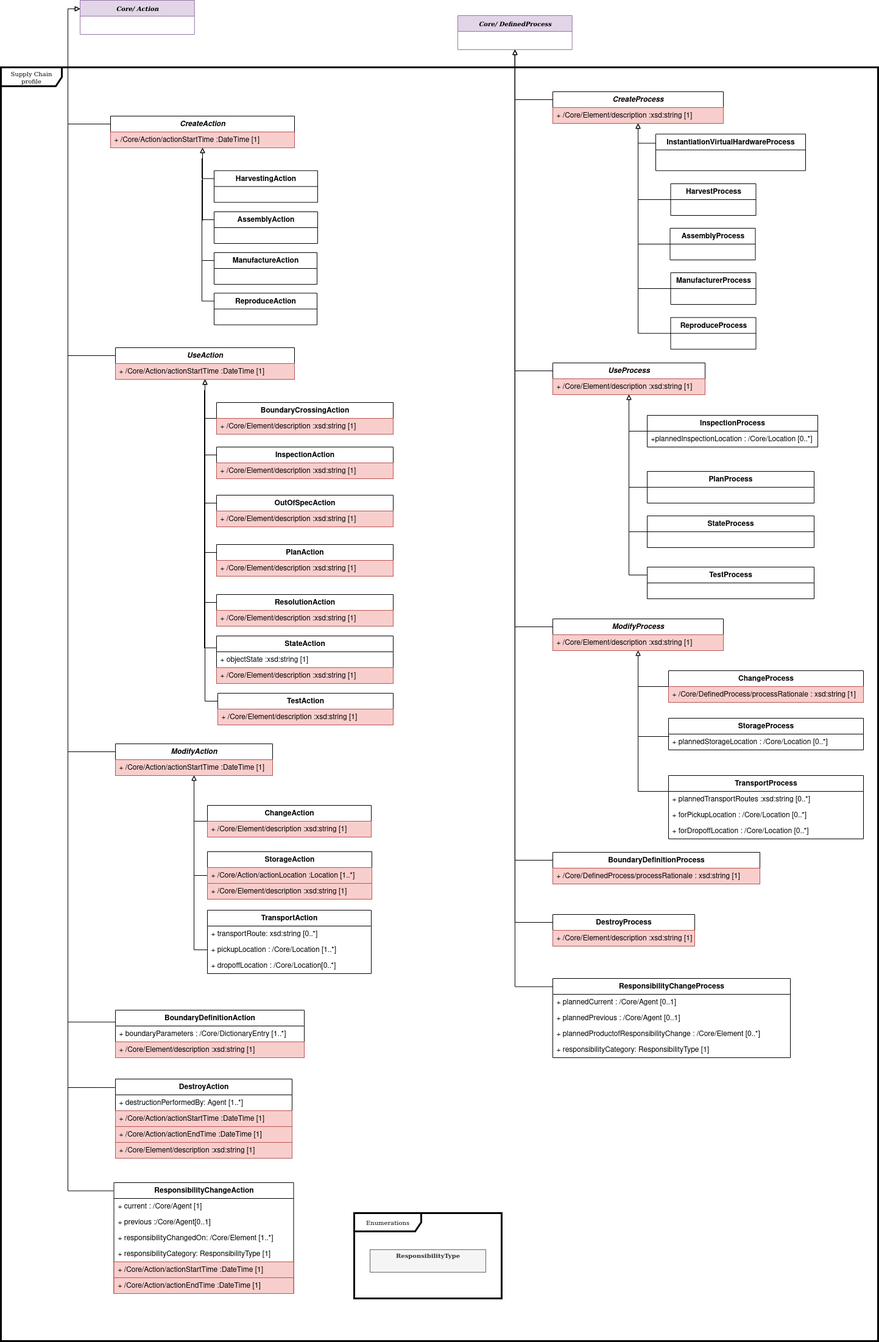
Above: images/model-SupplyChain.png in stevenc-stb/spdx-3-model (draw.io), before the change. Source tidied: cells renumbered, new cells last; positions are measured from the earlier drawing's top-left corner, leaving out a move shared by most shapes.
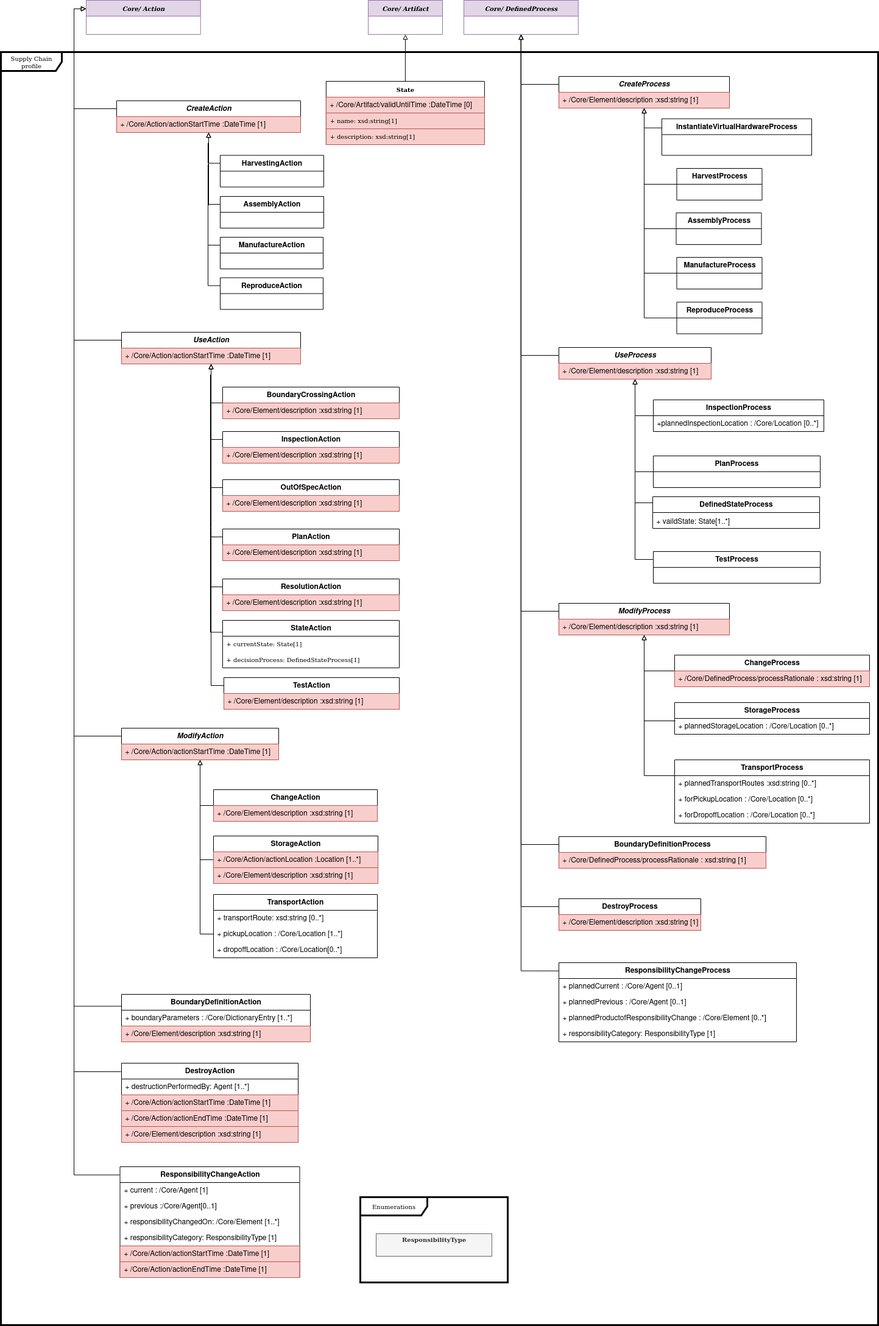
After the change.

What changed in the source:
```diff
@@ -3,10 +3,10 @@
     <mxCell id="0" />
     <mxCell id="1" parent="0" />
     <mxCell id="2" value="Supply Chain profile" style="shape=umlFrame;whiteSpace=wrap;html=1;width=100;height=31;strokeWidth=3;fontFamily=Verdana;fontSize=10;" parent="1" vertex="1">
-      <mxGeometry y="110" width="1440" height="2090" as="geometry" />
+      <mxGeometry x="-10" y="110" width="1440" height="2090" as="geometry" />
     </mxCell>
     <mxCell id="3" value="Core/ Action " style="swimlane;fontStyle=3;horizontal=1;startSize=26;fillColor=#e1d5e7;strokeColor=#9673a6;fontFamily=Verdana;fontSize=10;" parent="1" vertex="1">
-      <mxGeometry x="130" width="187.8" height="56" as="geometry" />
+      <mxGeometry x="130" y="25" width="187.8" height="56" as="geometry" />
     </mxCell>
     <mxCell id="4" style="edgeStyle=orthogonalEdgeStyle;rounded=0;jettySize=auto;html=1;entryX=0;entryY=0.25;entryDx=0;entryDy=0;exitX=0;exitY=0.25;exitDx=0;exitDy=0;endArrow=block;endFill=0;" parent="1" edge="1" source="5" target="3">
       <mxGeometry relative="1" as="geometry" />
@@ -95,12 +95,12 @@
     <mxCell id="32" value="&lt;b&gt;StateAction&lt;/b&gt;" style="swimlane;fontStyle=0;horizontal=1;startSize=26;fillColor=none;whiteSpace=wrap;html=1;" parent="1" vertex="1">
       <mxGeometry x="354" y="1043" width="290" height="78" as="geometry" />
     </mxCell>
-    <mxCell id="33" value="+ objectState :xsd:string [1]" style="text;strokeColor=none;fillColor=none;align=left;verticalAlign=top;spacingLeft=4;spacingRight=4;overflow=hidden;whiteSpace=wrap;html=1;" parent="32" vertex="1">
-      <mxGeometry y="26" width="290" height="26" as="geometry" />
-    </mxCell>
-    <mxCell id="34" value="+ &lt;span class=&quot;blob-code-inner blob-code-marker&quot;&gt;/Core/Element/description :xsd:string [1]&lt;/span&gt;" style="text;strokeColor=#b85450;fillColor=#f8cecc;align=left;verticalAlign=top;spacingLeft=4;spacingRight=4;overflow=hidden;whiteSpace=wrap;html=1;" parent="32" vertex="1">
-      <mxGeometry y="52" width="290" height="26" as="geometry" />
-    </mxCell>
+    <mxCell id="127" value="+ currentState: State[1]" style="text;strokeColor=none;fillColor=none;align=left;verticalAlign=top;spacingLeft=4;spacingRight=4;overflow=hidden;fontColor=#000000;fontFamily=Verdana;fontSize=10;" parent="32" vertex="1">
+      <mxGeometry y="26" width="290" height="26" as="geometry" />
+    </mxCell>
+    <mxCell id="128" value="+ decisionProcess: DefinedStateProcess[1]" style="text;strokeColor=none;fillColor=none;align=left;verticalAlign=top;spacingLeft=4;spacingRight=4;overflow=hidden;fontColor=#000000;fontFamily=Verdana;fontSize=10;fontStyle=0;" parent="32" vertex="1">
+      <mxGeometry y="52" width="290" height="26" as="geometry" />
+    </mxCell>
     <mxCell id="35" style="edgeStyle=orthogonalEdgeStyle;rounded=0;jettySize=auto;html=1;exitX=0;exitY=0.25;exitDx=0;exitDy=0;endArrow=block;endFill=0;" parent="1" edge="1" source="36" target="15">
       <mxGeometry relative="1" as="geometry" />
     </mxCell>
@@ -221,7 +221,7 @@
     <mxCell id="74" style="edgeStyle=orthogonalEdgeStyle;rounded=0;jettySize=auto;html=1;exitX=0;exitY=0.25;exitDx=0;exitDy=0;endArrow=block;endFill=0;" parent="1" edge="1" source="75" target="77">
       <mxGeometry relative="1" as="geometry" />
     </mxCell>
-    <mxCell id="75" value="&lt;b&gt;InstantiationVirtualHardwareProcess&lt;/b&gt;" style="swimlane;fontStyle=0;horizontal=1;startSize=26;fillColor=none;whiteSpace=wrap;html=1;" parent="1" vertex="1">
+    <mxCell id="75" value="&lt;b&gt;InstantiateVirtualHardwareProcess&lt;/b&gt;" style="swimlane;fontStyle=0;horizontal=1;startSize=26;fillColor=none;whiteSpace=wrap;html=1;" parent="1" vertex="1">
       <mxGeometry x="1075" y="219.5" width="246" height="60" as="geometry" />
     </mxCell>
     <mxCell id="76" style="edgeStyle=orthogonalEdgeStyle;rounded=0;jettySize=auto;html=1;exitX=0;exitY=0.25;exitDx=0;exitDy=0;endArrow=block;endFill=0;" parent="1" edge="1" source="77" target="73">
@@ -248,7 +248,7 @@
     <mxCell id="83" style="edgeStyle=orthogonalEdgeStyle;rounded=0;jettySize=auto;html=1;endArrow=block;endFill=0;exitX=0;exitY=0.5;exitDx=0;exitDy=0;" parent="1" edge="1" source="84" target="77">
       <mxGeometry relative="1" as="geometry" />
     </mxCell>
-    <mxCell id="84" value="&lt;b&gt;ManufacturerProcess&lt;/b&gt;" style="swimlane;fontStyle=0;horizontal=1;startSize=26;fillColor=none;whiteSpace=wrap;html=1;" parent="1" vertex="1">
+    <mxCell id="84" value="&lt;b&gt;Manufacture&lt;/b&gt;&lt;b&gt;Process&lt;/b&gt;" style="swimlane;fontStyle=0;horizontal=1;startSize=26;fillColor=none;whiteSpace=wrap;html=1;" parent="1" vertex="1">
       <mxGeometry x="1099.5" y="447" width="140" height="52" as="geometry" />
     </mxCell>
     <mxCell id="85" style="edgeStyle=orthogonalEdgeStyle;rounded=0;jettySize=auto;html=1;exitX=0;exitY=0.5;exitDx=0;exitDy=0;endArrow=block;endFill=0;" parent="1" edge="1" source="86" target="77">
@@ -281,12 +281,13 @@
     <mxCell id="94" value="&lt;b&gt;PlanProcess&lt;/b&gt;" style="swimlane;fontStyle=0;horizontal=1;startSize=26;fillColor=none;whiteSpace=wrap;html=1;" parent="1" vertex="1">
       <mxGeometry x="1061" y="773" width="274" height="52" as="geometry" />
     </mxCell>
-    <mxCell id="95" style="edgeStyle=orthogonalEdgeStyle;rounded=0;jettySize=auto;html=1;exitX=0;exitY=0.5;exitDx=0;exitDy=0;endArrow=block;endFill=0;" parent="1" edge="1" source="96" target="91">
-      <mxGeometry relative="1" as="geometry" />
+    <mxCell id="95" style="edgeStyle=orthogonalEdgeStyle;rounded=0;jettySize=auto;html=1;endArrow=block;endFill=0;" parent="1" edge="1" source="135" target="91">
+      <mxGeometry relative="1" as="geometry">
+        <Array as="points">
+          <mxPoint x="1031" y="850" />
+        </Array>
+      </mxGeometry>
     </mxCell>
-    <mxCell id="96" value="&lt;b&gt;StateProcess&lt;/b&gt;" style="swimlane;fontStyle=0;horizontal=1;startSize=26;fillColor=none;whiteSpace=wrap;html=1;" parent="1" vertex="1">
-      <mxGeometry x="1061" y="846" width="274" height="52" as="geometry" />
-    </mxCell>
     <mxCell id="97" style="edgeStyle=orthogonalEdgeStyle;rounded=0;jettySize=auto;html=1;exitX=0;exitY=0.25;exitDx=0;exitDy=0;endArrow=block;endFill=0;" parent="1" edge="1" source="98" target="91">
       <mxGeometry relative="1" as="geometry" />
     </mxCell>
@@ -377,5 +378,29 @@
     <mxCell id="126" value="&lt;p style=&quot;margin: 4px 0px 0px; text-align: center;&quot;&gt;&lt;b&gt;ResponsibilityType&lt;/b&gt;&lt;/p&gt;" style="verticalAlign=top;align=left;overflow=fill;fontSize=10;fontFamily=Verdana;html=1;fillColor=#f5f5f5;strokeColor=#666666;fontColor=#333333;fontStyle=0;" parent="1" vertex="1">
       <mxGeometry x="606" y="2050" width="190" height="37" as="geometry" />
     </mxCell>
+    <mxCell id="129" style="edgeStyle=orthogonalEdgeStyle;rounded=0;jettySize=auto;html=1;endArrow=block;endFill=0;" parent="1" edge="1" source="130" target="134">
+      <mxGeometry relative="1" as="geometry" />
+    </mxCell>
+    <mxCell id="130" value="State" style="swimlane;fontStyle=1;horizontal=1;startSize=26;fontFamily=Verdana;fontSize=10;" parent="1" vertex="1">
+      <mxGeometry x="523.9" y="158" width="260" height="104" as="geometry" />
+    </mxCell>
+    <mxCell id="131" value="&lt;span class=&quot;blob-code-inner blob-code-marker&quot;&gt;+ /Core/&lt;/span&gt;Artifact&lt;span class=&quot;blob-code-inner blob-code-marker&quot;&gt;/&lt;/span&gt;validUntilTime&lt;span class=&quot;blob-code-inner blob-code-marker&quot;&gt; :DateTime [0]&lt;/span&gt;" style="text;strokeColor=#b85450;fillColor=#f8cecc;align=left;verticalAlign=top;spacingLeft=4;spacingRight=4;overflow=hidden;whiteSpace=wrap;html=1;" parent="130" vertex="1">
+      <mxGeometry y="26" width="260" height="26" as="geometry" />
+    </mxCell>
+    <mxCell id="132" value="+ name: xsd:string[1]" style="text;strokeColor=#b85450;fillColor=#f8cecc;align=left;verticalAlign=top;spacingLeft=4;spacingRight=4;overflow=hidden;fontFamily=Verdana;fontSize=10;" parent="130" vertex="1">
+      <mxGeometry y="52" width="260" height="26" as="geometry" />
+    </mxCell>
+    <mxCell id="133" value="+ description: xsd:string[1]" style="text;strokeColor=#b85450;fillColor=#f8cecc;align=left;verticalAlign=top;spacingLeft=4;spacingRight=4;overflow=hidden;fontFamily=Verdana;fontSize=10;" parent="130" vertex="1">
+      <mxGeometry y="78" width="260" height="26" as="geometry" />
+    </mxCell>
+    <mxCell id="134" value="Core/ Artifact " style="swimlane;fontStyle=3;horizontal=1;startSize=26;fillColor=#e1d5e7;strokeColor=#9673a6;fontFamily=Verdana;fontSize=10;" parent="1" vertex="1">
+      <mxGeometry x="593" y="25" width="122" height="56" as="geometry" />
+    </mxCell>
+    <mxCell id="135" value="&lt;b&gt;DefinedStateProcess&lt;/b&gt;" style="swimlane;fontStyle=0;horizontal=1;startSize=26;fillColor=none;whiteSpace=wrap;html=1;" parent="1" vertex="1">
+      <mxGeometry x="1060" y="840" width="274" height="52" as="geometry" />
+    </mxCell>
+    <mxCell id="136" value="+ vaildState: State[1..*]" style="text;strokeColor=none;fillColor=none;align=left;verticalAlign=top;spacingLeft=4;spacingRight=4;overflow=hidden;fontColor=#000000;fontFamily=Helvetica;fontSize=12;" parent="135" vertex="1">
+      <mxGeometry y="26" width="274" height="26" as="geometry" />
+    </mxCell>
   </root>
 </mxGraphModel>
```
